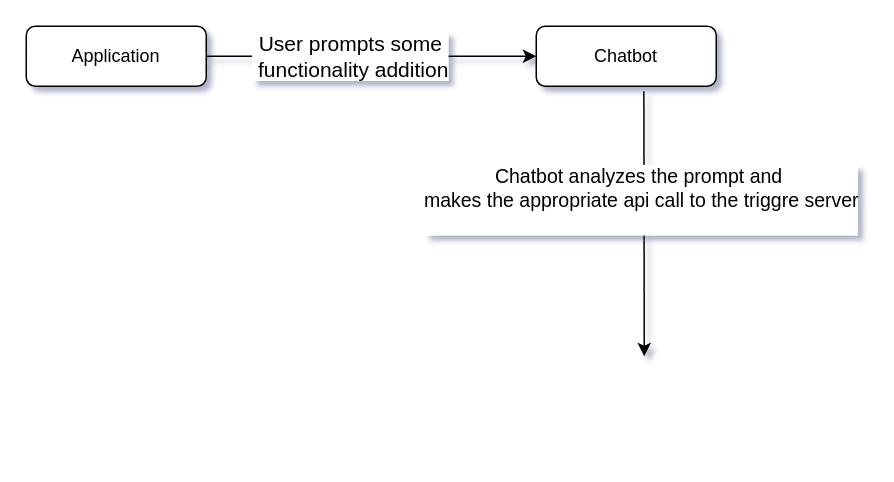
shanjare2002/triggreApp keeps this draw.io diagram as Untitled Diagram.drawio. Above is the earlier version. Source tidied: cells renumbered, new cells numbered last; positions are measured from the earlier drawing's top-left corner, leaving out a move shared by most shapes. Both pictures are drawn from the tidied source at 150%, with x=0, y=0 at pixel (26, 26).
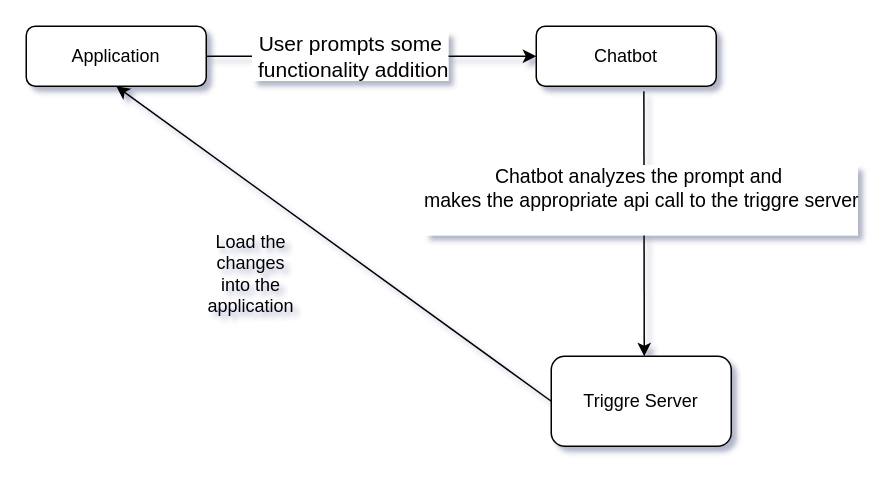
The same diagram, later.

What changed in the source:
```diff
@@
 <mxGraphModel shadow="1">
   <root>
     <mxCell id="0" />
     <mxCell id="1" parent="0" />
     <mxCell id="2" value="Application" style="rounded=1;whiteSpace=wrap;html=1;fontSize=12;glass=0;strokeWidth=1;shadow=0;" parent="1" vertex="1">
       <mxGeometry width="120" height="40" as="geometry" />
     </mxCell>
     <mxCell id="3" value="Chatbot" style="rounded=1;whiteSpace=wrap;html=1;" parent="1" vertex="1">
       <mxGeometry x="340" width="120" height="40" as="geometry" />
     </mxCell>
     <mxCell id="4" style="endArrow=classic;html=1;rounded=0;exitX=1;exitY=0.5;exitDx=0;exitDy=0;entryX=0;entryY=0.5;entryDx=0;entryDy=0;" parent="1" edge="1" source="2" target="3">
       <mxGeometry relative="1" as="geometry" />
     </mxCell>
     <mxCell id="5" value="&lt;span style=&quot;font-size: 14px;&quot;&gt;User prompts some&lt;/span&gt;&lt;div&gt;&lt;span style=&quot;font-size: 14px;&quot;&gt;&amp;nbsp;functionality addition&lt;/span&gt;&lt;/div&gt;" style="edgeLabel;html=1;align=center;verticalAlign=middle;" parent="4" vertex="1">
       <mxGeometry x="-0.15" y="1" relative="1" as="geometry">
         <mxPoint x="1" as="offset" />
       </mxGeometry>
     </mxCell>
     <mxCell id="6" style="endArrow=classic;html=1;rounded=0;exitX=0.598;exitY=1.083;exitDx=0;exitDy=0;exitPerimeter=0;" parent="1" edge="1" source="3">
       <mxGeometry relative="1" as="geometry">
         <mxPoint x="412" y="220" as="targetPoint" />
       </mxGeometry>
     </mxCell>
     <mxCell id="7" value="&lt;font style=&quot;font-size: 13px;&quot;&gt;Chatbot analyzes the prompt and&amp;nbsp;&lt;/font&gt;&lt;div style=&quot;font-size: 13px;&quot;&gt;&lt;font style=&quot;font-size: 13px;&quot;&gt;makes the appropriate api call to the triggre server&lt;/font&gt;&lt;/div&gt;&lt;div style=&quot;font-size: 13px;&quot;&gt;&lt;font style=&quot;font-size: 13px;&quot;&gt;&lt;br&gt;&lt;/font&gt;&lt;/div&gt;" style="edgeLabel;html=1;align=center;verticalAlign=middle;" parent="6" vertex="1">
       <mxGeometry x="-0.19" y="-2" relative="1" as="geometry" />
     </mxCell>
+    <mxCell id="8" value="Triggre Server" style="rounded=1;whiteSpace=wrap;html=1;" parent="1" vertex="1">
+      <mxGeometry x="350" y="220" width="120" height="60" as="geometry" />
+    </mxCell>
+    <mxCell id="9" style="endArrow=classic;html=1;rounded=0;exitX=0;exitY=0.5;exitDx=0;exitDy=0;entryX=0.5;entryY=1;entryDx=0;entryDy=0;" parent="1" edge="1" source="8" target="2">
+      <mxGeometry relative="1" as="geometry" />
+    </mxCell>
+    <mxCell id="10" value="Load the changes into the application" style="text;html=1;align=center;verticalAlign=middle;whiteSpace=wrap;rounded=0;" parent="1" vertex="1">
+      <mxGeometry x="120" y="150" width="60" height="30" as="geometry" />
+    </mxCell>
   </root>
 </mxGraphModel>
```
